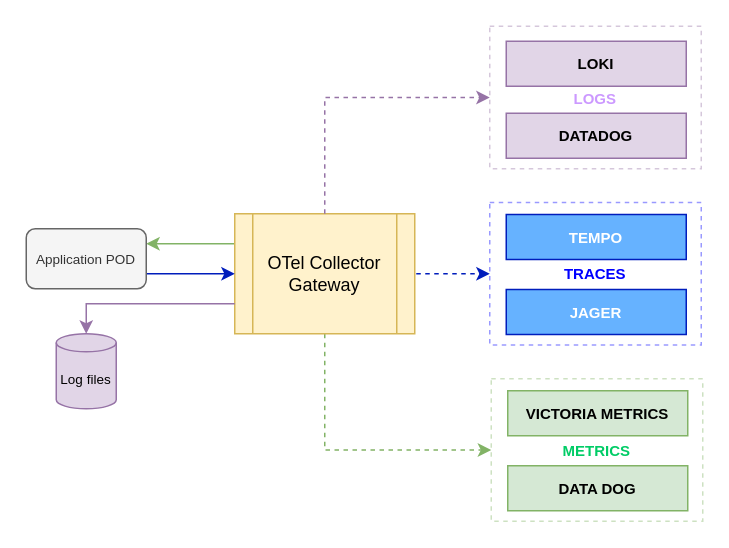
jacmathew/jacmathew keeps this draw.io diagram as page "Page-3" (3 of 3) of victoria metrics v2.drawio. Above is the earlier version. Source tidied: cells renumbered, new cells numbered last; positions are measured from the earlier drawing's top-left corner, leaving out a move shared by most shapes. Both pictures are drawn from the tidied source at 150%, with x=0, y=0 at pixel (26, 26).
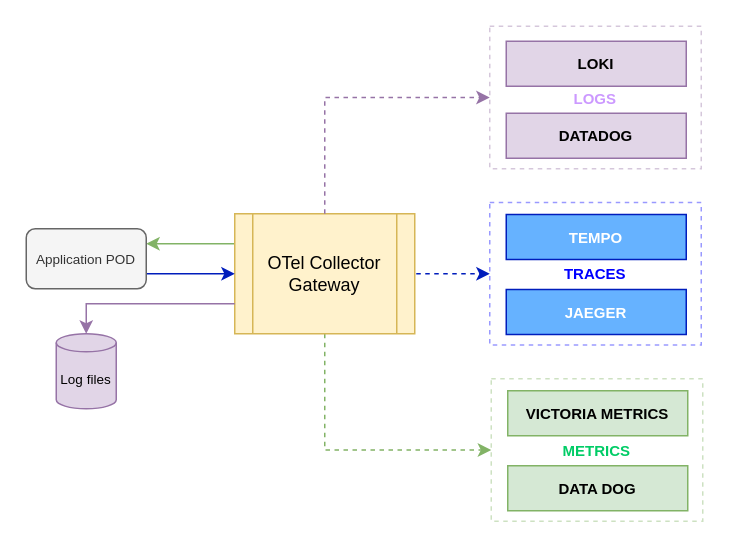
Above is the later version.

Diff of the diagram source:
```diff
@@
-    <mxCell id="15" value="&lt;font style=&quot;font-size: 10px;&quot;&gt;&lt;b&gt;JAGER&lt;/b&gt;&lt;/font&gt;" style="rounded=0;whiteSpace=wrap;html=1;fillColor=#66B2FF;fontColor=#ffffff;strokeColor=#001DBC;" parent="1" vertex="1">
+    <mxCell id="15" value="&lt;font style=&quot;font-size: 10px;&quot;&gt;&lt;b&gt;JAEGER&lt;/b&gt;&lt;/font&gt;" style="rounded=0;whiteSpace=wrap;html=1;fillColor=#66B2FF;fontColor=#ffffff;strokeColor=#001DBC;" parent="1" vertex="1">
       <mxGeometry x="320" y="175.5" width="120" height="30" as="geometry" />
     </mxCell>
```
